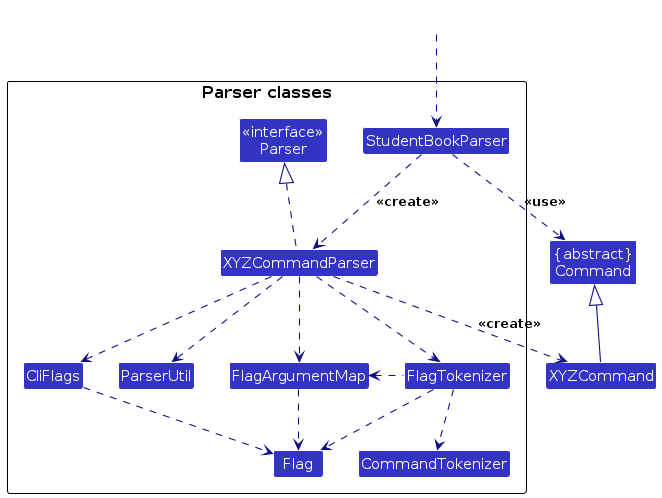
Above: diagrams/ParserClasses.png in CJBuzz/tp (PlantUML), before the change. Its source is kept beside it as diagrams/ParserClasses.puml. Source of this version:
```plantuml
@startuml
!include style.puml
skinparam arrowThickness 1.1
skinparam arrowColor LOGIC_COLOR_T4
skinparam classBackgroundColor LOGIC_COLOR

Class "{abstract}\nCommand" as Command
Class XYZCommand

package "Parser classes"{
Class "<<interface>>\nParser" as Parser
Class StudentBookParser
Class XYZCommandParser
Class CliFlags
Class ParserUtil
Class FlagArgumentMap
Class FlagTokenizer
Class CommandTokenizer
Class Flag
}

Class HiddenOutside #FFFFFF
HiddenOutside ..> StudentBookParser

StudentBookParser .down.> XYZCommandParser: <<create>>

XYZCommandParser ..> XYZCommand : <<create>>
StudentBookParser ..> Command : <<use>>
XYZCommandParser .up.|> Parser
XYZCommandParser ..> FlagArgumentMap
XYZCommandParser ..> FlagTokenizer
FlagTokenizer .left.> FlagArgumentMap
FlagTokenizer ..> CommandTokenizer
XYZCommandParser ..> CliFlags
CliFlags ..> Flag
XYZCommandParser ..> ParserUtil
FlagArgumentMap .down.> Flag
FlagTokenizer .down.> Flag
XYZCommand -up-|> Command
@enduml
```
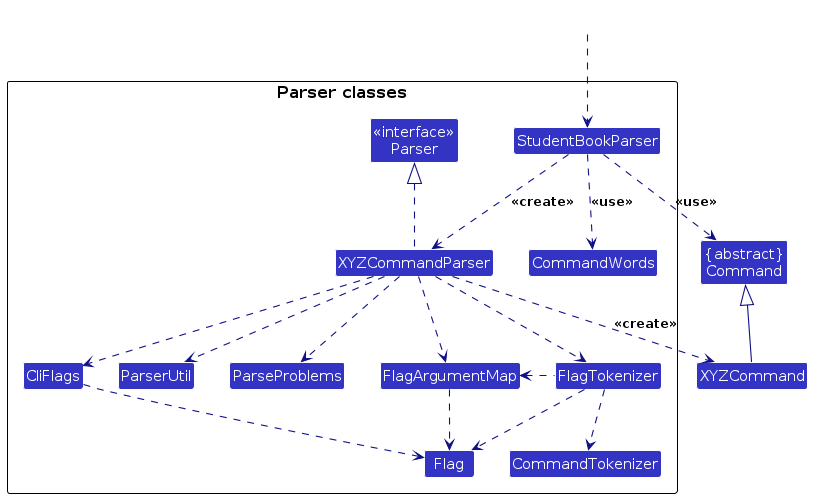
After the change.

What changed in the source:
```diff
@@ -17,12 +17,15 @@
 Class FlagTokenizer
 Class CommandTokenizer
 Class Flag
+Class CommandWords
+Class ParseProblems
 }
 
 Class HiddenOutside #FFFFFF
 HiddenOutside ..> StudentBookParser
 
 StudentBookParser .down.> XYZCommandParser: <<create>>
+StudentBookParser ..> CommandWords : <<use>>
 
 XYZCommandParser ..> XYZCommand : <<create>>
 StudentBookParser ..> Command : <<use>>
@@ -34,6 +37,7 @@
 XYZCommandParser ..> CliFlags
 CliFlags ..> Flag
 XYZCommandParser ..> ParserUtil
+XYZCommandParser ..> ParseProblems
 FlagArgumentMap .down.> Flag
 FlagTokenizer .down.> Flag
 XYZCommand -up-|> Command
```
